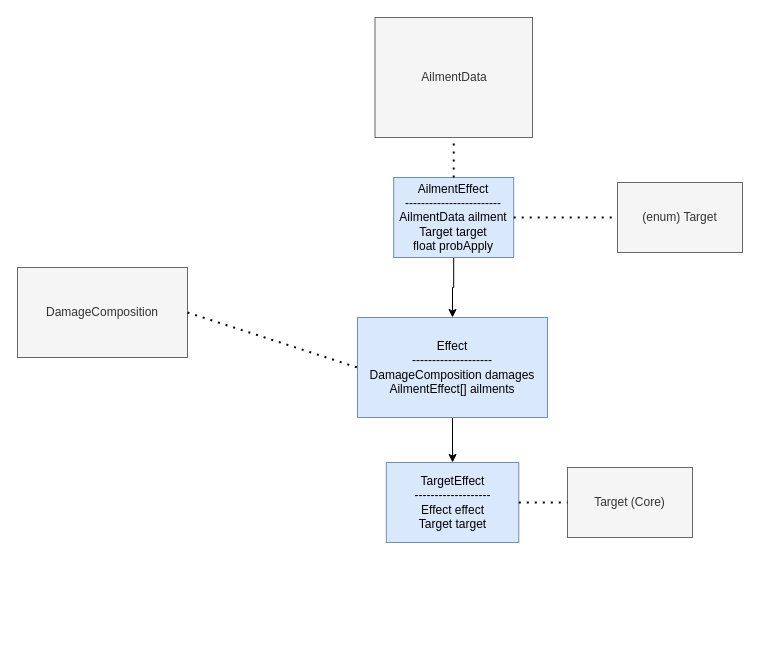
The draw.io diagram page "Effects" (5 of 8) of workflows/Inventory,Skills & Effects.drawio in moretech1402/Unity-Scripts, before the edit. Source tidied: cells renumbered, new cells numbered last; positions are measured from the earlier drawing's top-left corner, leaving out a move shared by most shapes. Both pictures are drawn from the tidied source at 100%, with x=0, y=0 at pixel (17, 17).
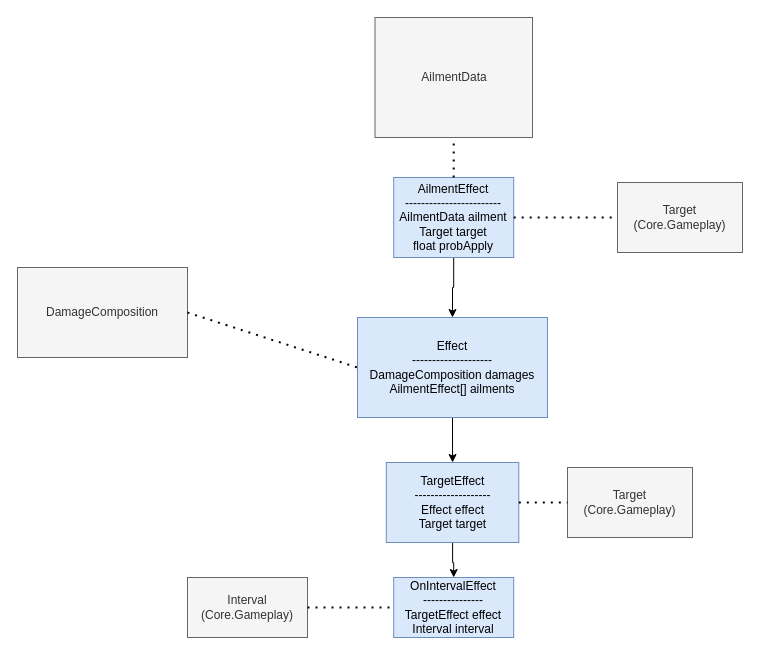
The same diagram, later.

Commit message (it also covers changes not shown here):
Update : extra effects with interval (diagram)

Diff of the diagram source:
```diff
@@
 <mxGraphModel>
   <root>
     <mxCell id="0" />
     <mxCell id="1" parent="0" />
     <mxCell id="2" style="edgeStyle=orthogonalEdgeStyle;rounded=0;jettySize=auto;html=1;" parent="1" edge="1" source="3" target="12">
       <mxGeometry relative="1" as="geometry" />
     </mxCell>
     <mxCell id="3" value="Effect&lt;div&gt;--------------------&lt;/div&gt;&lt;div&gt;DamageComposition damages&lt;/div&gt;&lt;div&gt;AilmentEffect[] ailments&lt;/div&gt;" style="rounded=0;whiteSpace=wrap;html=1;fillColor=#dae8fc;strokeColor=#6c8ebf;" parent="1" vertex="1">
       <mxGeometry x="340" y="300" width="190" height="100" as="geometry" />
     </mxCell>
     <mxCell id="4" style="edgeStyle=orthogonalEdgeStyle;rounded=0;jettySize=auto;html=1;entryX=0.5;entryY=0;entryDx=0;entryDy=0;" parent="1" edge="1" source="5" target="3">
       <mxGeometry relative="1" as="geometry" />
     </mxCell>
     <mxCell id="5" value="AilmentEffect&lt;div&gt;------------------------&lt;/div&gt;&lt;div&gt;AilmentData ailment&lt;/div&gt;&lt;div&gt;Target target&lt;/div&gt;&lt;div&gt;float probApply&lt;/div&gt;" style="rounded=0;whiteSpace=wrap;html=1;fillColor=#dae8fc;strokeColor=#6c8ebf;" parent="1" vertex="1">
       <mxGeometry x="376.2" y="160" width="120" height="80" as="geometry" />
     </mxCell>
     <mxCell id="6" value="AilmentData" style="rounded=0;whiteSpace=wrap;html=1;fillColor=#f5f5f5;strokeColor=#666666;fontColor=#333333;" parent="1" vertex="1">
       <mxGeometry x="357.5" width="157.5" height="120" as="geometry" />
     </mxCell>
     <mxCell id="7" value="DamageComposition" style="rounded=0;whiteSpace=wrap;html=1;fillColor=#f5f5f5;strokeColor=#666666;fontColor=#333333;" parent="1" vertex="1">
       <mxGeometry y="250" width="170" height="90" as="geometry" />
     </mxCell>
     <mxCell id="8" style="endArrow=none;dashed=1;html=1;dashPattern=1 3;strokeWidth=2;rounded=0;exitX=1;exitY=0.5;exitDx=0;exitDy=0;entryX=0;entryY=0.5;entryDx=0;entryDy=0;" parent="1" edge="1" source="7" target="3">
       <mxGeometry relative="1" as="geometry" />
     </mxCell>
     <mxCell id="9" style="endArrow=none;dashed=1;html=1;dashPattern=1 3;strokeWidth=2;rounded=0;entryX=0.5;entryY=1;entryDx=0;entryDy=0;exitX=0.5;exitY=0;exitDx=0;exitDy=0;" parent="1" edge="1" source="5" target="6">
       <mxGeometry relative="1" as="geometry" />
     </mxCell>
-    <mxCell id="10" value="(enum) Target" style="rounded=0;whiteSpace=wrap;html=1;fillColor=#f5f5f5;strokeColor=#666666;fontColor=#333333;" parent="1" vertex="1">
+    <mxCell id="10" value="Target (Core.Gameplay)" style="rounded=0;whiteSpace=wrap;html=1;fillColor=#f5f5f5;strokeColor=#666666;fontColor=#333333;" parent="1" vertex="1">
       <mxGeometry x="600" y="165" width="125" height="70" as="geometry" />
     </mxCell>
     <mxCell id="11" style="endArrow=none;dashed=1;html=1;dashPattern=1 3;strokeWidth=2;rounded=0;entryX=0;entryY=0.5;entryDx=0;entryDy=0;exitX=1;exitY=0.5;exitDx=0;exitDy=0;" parent="1" edge="1" source="5" target="10">
       <mxGeometry relative="1" as="geometry" />
     </mxCell>
+    <mxCell id="15" style="edgeStyle=orthogonalEdgeStyle;rounded=0;jettySize=auto;html=1;" parent="1" edge="1" source="12" target="16">
+      <mxGeometry relative="1" as="geometry" />
+    </mxCell>
     <mxCell id="12" value="TargetEffect&lt;div&gt;-------------------&lt;/div&gt;&lt;div&gt;Effect effect&lt;/div&gt;&lt;div&gt;Target target&lt;/div&gt;" style="rounded=0;whiteSpace=wrap;html=1;fillColor=#dae8fc;strokeColor=#6c8ebf;" parent="1" vertex="1">
       <mxGeometry x="368.8" y="445" width="132.5" height="80" as="geometry" />
     </mxCell>
-    <mxCell id="13" value="Target (Core)" style="rounded=0;whiteSpace=wrap;html=1;fillColor=#f5f5f5;strokeColor=#666666;flipV=1;flipH=1;fontColor=#333333;" parent="1" vertex="1">
+    <mxCell id="13" value="Target (Core.Gameplay)" style="rounded=0;whiteSpace=wrap;html=1;flipV=1;flipH=1;fillColor=#f5f5f5;fontColor=#333333;strokeColor=#666666;" parent="1" vertex="1">
       <mxGeometry x="550" y="450" width="125" height="70" as="geometry" />
     </mxCell>
     <mxCell id="14" style="endArrow=none;dashed=1;html=1;dashPattern=1 3;strokeWidth=2;rounded=0;entryX=0;entryY=0.5;entryDx=0;entryDy=0;exitX=1;exitY=0.5;exitDx=0;exitDy=0;" parent="1" edge="1" source="12" target="13">
       <mxGeometry relative="1" as="geometry" />
     </mxCell>
+    <mxCell id="16" value="&lt;div&gt;OnIntervalEffect&lt;/div&gt;---------------&lt;div&gt;TargetEffect effect&lt;/div&gt;&lt;div&gt;Interval interval&lt;/div&gt;" style="rounded=0;whiteSpace=wrap;html=1;fillColor=#dae8fc;strokeColor=#6c8ebf;" parent="1" vertex="1">
+      <mxGeometry x="376.2" y="560" width="120" height="60" as="geometry" />
+    </mxCell>
+    <mxCell id="17" value="Interval (Core.Gameplay)" style="rounded=0;whiteSpace=wrap;html=1;fillColor=#f5f5f5;fontColor=#333333;strokeColor=#666666;" parent="1" vertex="1">
+      <mxGeometry x="170" y="560" width="120" height="60" as="geometry" />
+    </mxCell>
+    <mxCell id="18" style="endArrow=none;dashed=1;html=1;dashPattern=1 3;strokeWidth=2;rounded=0;exitX=1;exitY=0.5;exitDx=0;exitDy=0;entryX=0;entryY=0.5;entryDx=0;entryDy=0;" parent="1" edge="1" source="17" target="16">
+      <mxGeometry relative="1" as="geometry" />
+    </mxCell>
   </root>
 </mxGraphModel>
```
